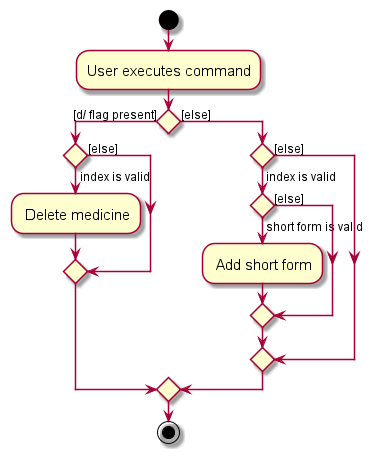
The PlantUML diagram docs/images/ShortFormActivityDiagram.png in timetraveller-123/tp, before a commit.
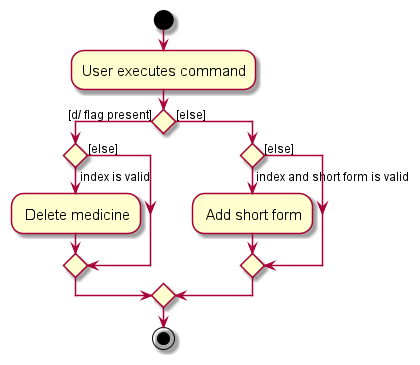
After the commit.

Commit message:
Update activity diagram

The edit, as a diff of the source:
```diff
@@ -12,11 +12,8 @@
     else ([else])
     endif
 else ([else])
-    if () then (index is valid)
-            if () then (short form is valid)
-                        : Add short form;
-            else ([else])
-            endif
+    if () then (index and short form is valid)
+    : Add short form;
     else ([else])
     endif
 endif
```
